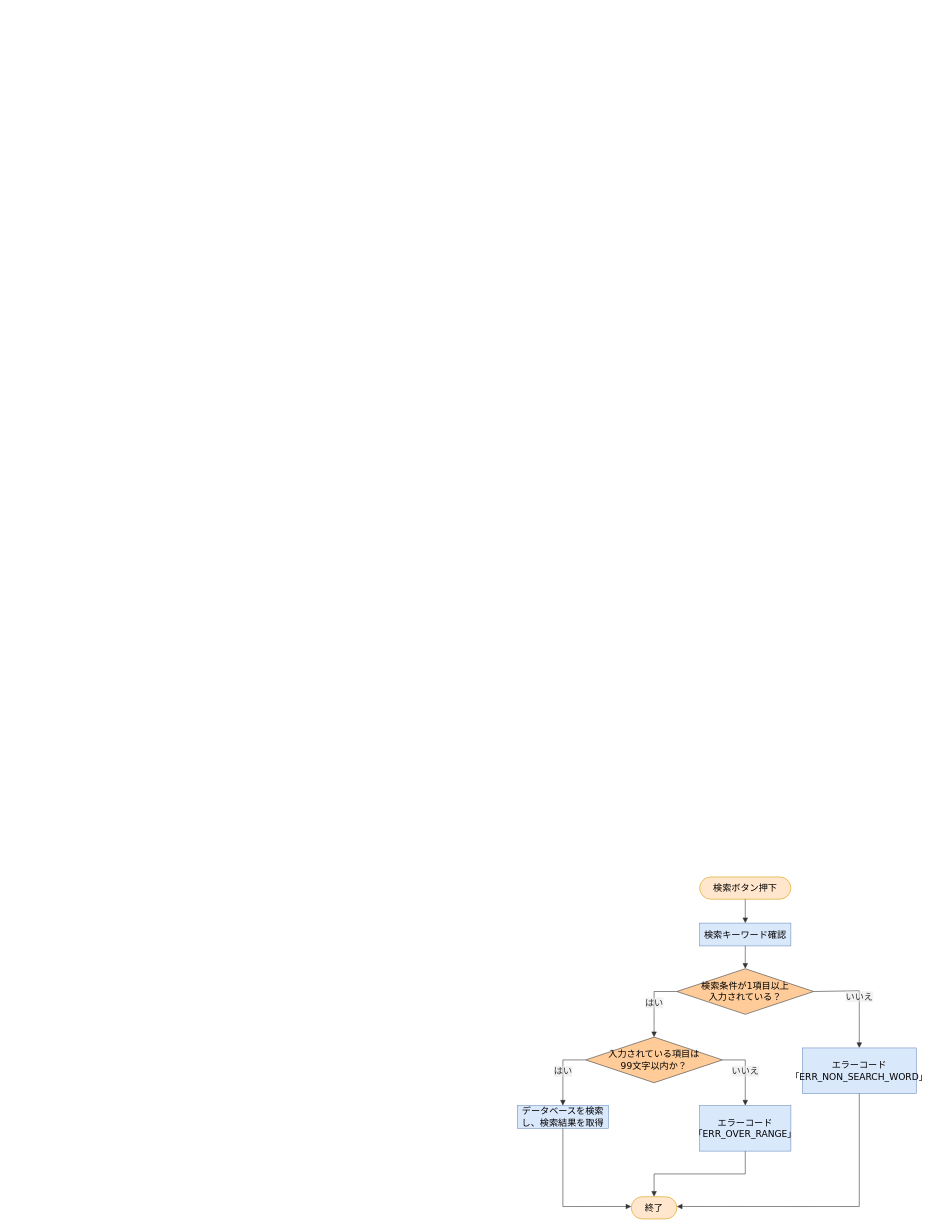
This is 詳細設計書/7班/flowchart/スタッフ退会.drawio from rs002421-creator/-, a draw.io file, before an edit. Source tidied: cells renumbered, new cells numbered last; positions are measured from the earlier drawing's top-left corner, leaving out a move shared by most shapes. Both pictures are drawn from the tidied source at 57%, with x=0, y=0 at pixel (517, 877).
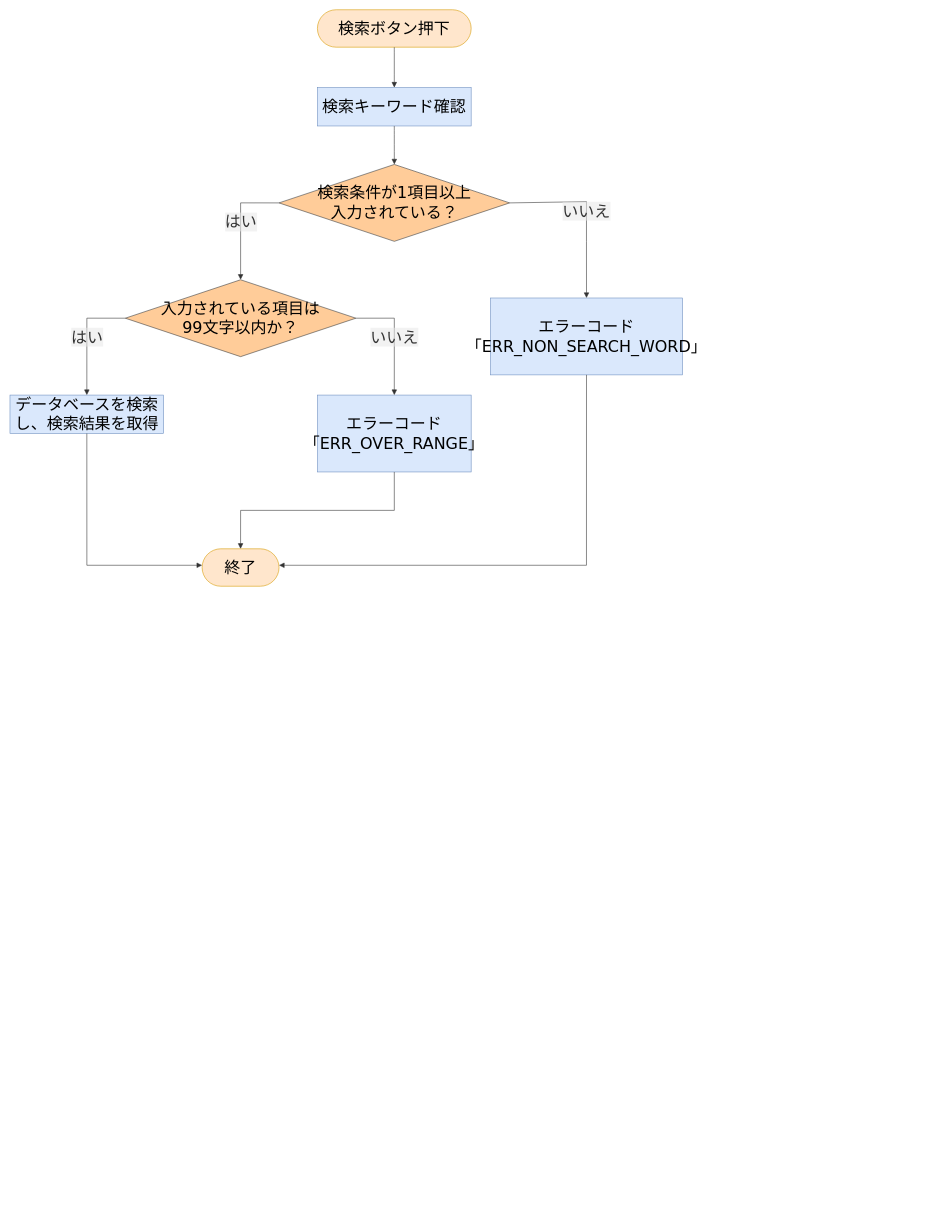
The same diagram, later.

Change to the diagram source:
```diff
@@
+    <mxCell id="19" style="group;fontSize=28;" parent="1" vertex="1">
+      <mxGeometry x="-890" y="-1521.4" width="1180" height="1011.4" as="geometry" />
+    </mxCell>
-    <mxCell id="2" value="検索ボタン押下" style="html=1;rounded=1;whiteSpace=wrap;arcSize=50;strokeWidth=1;fontFamily=Trebuchet MS,Verdana,Arial,sans-serif;fontSize=16;fillColor=#ffe6cc;strokeColor=#d79b00;" parent="1" vertex="1">
-      <mxGeometry x="320" width="160" height="39" as="geometry" />
+    <mxCell id="2" value="検索ボタン押下" style="html=1;rounded=1;whiteSpace=wrap;arcSize=50;strokeWidth=1;fontFamily=Trebuchet MS,Verdana,Arial,sans-serif;fontSize=28;fillColor=#ffe6cc;strokeColor=#d79b00;" parent="19" vertex="1">
+      <mxGeometry x="539.4" width="269.7" height="65.7" as="geometry" />
     </mxCell>
-    <mxCell id="3" value="検索キーワード確認" style="html=1;whiteSpace=wrap;strokeWidth=1;fillColor=#dae8fc;strokeColor=#6c8ebf;fontFamily=Trebuchet MS,Verdana,Arial,sans-serif;fontSize=16;" parent="1" vertex="1">
-      <mxGeometry x="320" y="81" width="160" height="40" as="geometry" />
+    <mxCell id="3" value="検索キーワード確認" style="html=1;whiteSpace=wrap;strokeWidth=1;fillColor=#dae8fc;strokeColor=#6c8ebf;fontFamily=Trebuchet MS,Verdana,Arial,sans-serif;fontSize=28;" parent="19" vertex="1">
+      <mxGeometry x="539.4" y="136.5" width="269.7" height="67.4" as="geometry" />
     </mxCell>
-    <mxCell id="4" value="検索条件が1項目以上&lt;div&gt;入力されている？&lt;/div&gt;" style="rhombus;html=1;strokeWidth=1;whiteSpace=wrap;fillColor=#ffcc99;strokeColor=#36393d;fontFamily=Trebuchet MS,Verdana,Arial,sans-serif;fontSize=16;" parent="1" vertex="1">
-      <mxGeometry x="280" y="161" width="240" height="80" as="geometry" />
+    <mxCell id="4" value="検索条件が1項目以上&lt;div&gt;入力されている？&lt;/div&gt;" style="rhombus;html=1;strokeWidth=1;whiteSpace=wrap;fillColor=#ffcc99;strokeColor=#36393d;fontFamily=Trebuchet MS,Verdana,Arial,sans-serif;fontSize=28;" parent="19" vertex="1">
+      <mxGeometry x="472" y="271.4" width="404.6" height="134.9" as="geometry" />
     </mxCell>
-    <mxCell id="5" value="入力されている項目は&lt;br&gt;99文字以内か？" style="rhombus;html=1;strokeWidth=1;whiteSpace=wrap;fillColor=#ffcc99;strokeColor=#36393d;fontFamily=Trebuchet MS,Verdana,Arial,sans-serif;fontSize=16;" parent="1" vertex="1">
-      <mxGeometry x="120" y="281" width="240" height="80" as="geometry" />
+    <mxCell id="5" value="入力されている項目は&lt;br&gt;99文字以内か？" style="rhombus;html=1;strokeWidth=1;whiteSpace=wrap;fillColor=#ffcc99;strokeColor=#36393d;fontFamily=Trebuchet MS,Verdana,Arial,sans-serif;fontSize=28;" parent="19" vertex="1">
+      <mxGeometry x="202.3" y="473.7" width="404.6" height="134.9" as="geometry" />
     </mxCell>
-    <mxCell id="6" value="エラーコード「ERR_NON_SEARCH_WORD」" style="html=1;whiteSpace=wrap;strokeWidth=1;fillColor=#dae8fc;strokeColor=#6c8ebf;fontFamily=Trebuchet MS,Verdana,Arial,sans-serif;fontSize=16;" parent="1" vertex="1">
-      <mxGeometry x="500" y="300" width="200" height="80" as="geometry" />
+    <mxCell id="6" value="エラーコード「ERR_NON_SEARCH_WORD」" style="html=1;whiteSpace=wrap;strokeWidth=1;fillColor=#dae8fc;strokeColor=#6c8ebf;fontFamily=Trebuchet MS,Verdana,Arial,sans-serif;fontSize=28;" parent="19" vertex="1">
+      <mxGeometry x="842.9" y="505.7" width="337.1" height="134.9" as="geometry" />
     </mxCell>
-    <mxCell id="7" value="データベースを検索し、検索結果を取得" style="html=1;whiteSpace=wrap;strokeWidth=1;fillColor=#dae8fc;strokeColor=#6c8ebf;fontFamily=Trebuchet MS,Verdana,Arial,sans-serif;fontSize=16;" parent="1" vertex="1">
-      <mxGeometry y="401" width="160" height="40" as="geometry" />
+    <mxCell id="7" value="データベースを検索し、検索結果を取得" style="html=1;whiteSpace=wrap;strokeWidth=1;fillColor=#dae8fc;strokeColor=#6c8ebf;fontFamily=Trebuchet MS,Verdana,Arial,sans-serif;fontSize=28;" parent="19" vertex="1">
+      <mxGeometry y="676" width="269.7" height="67.4" as="geometry" />
     </mxCell>
-    <mxCell id="8" value="エラーコード「ERR_OVER_RANGE」" style="html=1;whiteSpace=wrap;strokeWidth=1;fillColor=#dae8fc;strokeColor=#6c8ebf;fontFamily=Trebuchet MS,Verdana,Arial,sans-serif;fontSize=16;" parent="1" vertex="1">
-      <mxGeometry x="320" y="401" width="160" height="80" as="geometry" />
+    <mxCell id="8" value="エラーコード「ERR_OVER_RANGE」" style="html=1;whiteSpace=wrap;strokeWidth=1;fillColor=#dae8fc;strokeColor=#6c8ebf;fontFamily=Trebuchet MS,Verdana,Arial,sans-serif;fontSize=28;" parent="19" vertex="1">
+      <mxGeometry x="539.4" y="676" width="269.7" height="134.9" as="geometry" />
     </mxCell>
-    <mxCell id="9" value="終了" style="html=1;rounded=1;whiteSpace=wrap;arcSize=50;strokeWidth=1;fontFamily=Trebuchet MS,Verdana,Arial,sans-serif;fontSize=16;fillColor=#ffe6cc;strokeColor=#d79b00;" parent="1" vertex="1">
-      <mxGeometry x="200" y="561" width="80" height="39" as="geometry" />
+    <mxCell id="9" value="終了" style="html=1;rounded=1;whiteSpace=wrap;arcSize=50;strokeWidth=1;fontFamily=Trebuchet MS,Verdana,Arial,sans-serif;fontSize=28;fillColor=#ffe6cc;strokeColor=#d79b00;" parent="19" vertex="1">
+      <mxGeometry x="337.1" y="945.7" width="134.9" height="65.7" as="geometry" />
     </mxCell>
-    <mxCell id="10" style="curved=1;startArrow=none;endArrow=block;endSize=7;strokeColor=light-dark(#333333,#cccccc);exitX=0.5;exitY=1;entryX=0.5;entryY=0;rounded=0;" parent="1" edge="1" source="2" target="3">
+    <mxCell id="10" style="curved=1;startArrow=none;endArrow=block;endSize=7;strokeColor=light-dark(#333333,#cccccc);exitX=0.5;exitY=1;entryX=0.5;entryY=0;rounded=0;fontSize=28;" parent="19" edge="1" source="2" target="3">
       <mxGeometry relative="1" as="geometry" />
     </mxCell>
-    <mxCell id="11" style="curved=1;startArrow=none;endArrow=block;endSize=7;strokeColor=light-dark(#333333,#cccccc);exitX=0.5;exitY=1;entryX=0.5;entryY=0;rounded=0;" parent="1" edge="1" source="3" target="4">
+    <mxCell id="11" style="curved=1;startArrow=none;endArrow=block;endSize=7;strokeColor=light-dark(#333333,#cccccc);exitX=0.5;exitY=1;entryX=0.5;entryY=0;rounded=0;fontSize=28;" parent="19" edge="1" source="3" target="4">
       <mxGeometry relative="1" as="geometry" />
     </mxCell>
-    <mxCell id="12" value="はい" style="curved=0;startArrow=none;endArrow=block;endSize=7;strokeColor=light-dark(#333333,#cccccc);html=1;fontSize=16;labelBackgroundColor=light-dark(#E8E8E88D,#2a2a2a8D);fontFamily=Trebuchet MS,Verdana,Arial,sans-serif;fontColor=light-dark(#333333,#cccccc);exitX=0;exitY=0.5;entryX=0.5;entryY=0;rounded=0;exitDx=0;exitDy=0;" parent="1" edge="1" source="4" target="5">
+    <mxCell id="12" value="はい" style="curved=0;startArrow=none;endArrow=block;endSize=7;strokeColor=light-dark(#333333,#cccccc);html=1;fontSize=28;labelBackgroundColor=light-dark(#E8E8E88D,#2a2a2a8D);fontFamily=Trebuchet MS,Verdana,Arial,sans-serif;fontColor=light-dark(#333333,#cccccc);exitX=0;exitY=0.5;entryX=0.5;entryY=0;rounded=0;exitDx=0;exitDy=0;" parent="19" edge="1" source="4" target="5">
       <mxGeometry relative="1" as="geometry">
         <Array as="points">
-          <mxPoint x="240" y="201" />
+          <mxPoint x="404.6" y="338.8" />
         </Array>
       </mxGeometry>
     </mxCell>
-    <mxCell id="13" value="いいえ" style="curved=0;startArrow=none;endArrow=block;endSize=7;strokeColor=light-dark(#333333,#cccccc);html=1;fontSize=16;labelBackgroundColor=light-dark(#E8E8E88D,#2a2a2a8D);fontFamily=Trebuchet MS,Verdana,Arial,sans-serif;fontColor=light-dark(#333333,#cccccc);entryX=0.5;entryY=0;rounded=0;exitX=1;exitY=0.5;exitDx=0;exitDy=0;" parent="1" edge="1" source="4" target="6">
+    <mxCell id="13" value="いいえ" style="curved=0;startArrow=none;endArrow=block;endSize=7;strokeColor=light-dark(#333333,#cccccc);html=1;fontSize=28;labelBackgroundColor=light-dark(#E8E8E88D,#2a2a2a8D);fontFamily=Trebuchet MS,Verdana,Arial,sans-serif;fontColor=light-dark(#333333,#cccccc);entryX=0.5;entryY=0;rounded=0;exitX=1;exitY=0.5;exitDx=0;exitDy=0;" parent="19" edge="1" source="4" target="6">
       <mxGeometry relative="1" as="geometry">
         <Array as="points">
-          <mxPoint x="600" y="199.7" />
-          <mxPoint x="600" y="241" />
+          <mxPoint x="1011.4" y="336.7" />
+          <mxPoint x="1011.4" y="406.3" />
         </Array>
       </mxGeometry>
     </mxCell>
-    <mxCell id="14" value="はい" style="curved=0;startArrow=none;endArrow=block;endSize=7;strokeColor=light-dark(#333333,#cccccc);html=1;fontSize=16;labelBackgroundColor=light-dark(#E8E8E88D,#2a2a2a8D);fontFamily=Trebuchet MS,Verdana,Arial,sans-serif;fontColor=light-dark(#333333,#cccccc);exitX=0;exitY=0.5;entryX=0.5;entryY=0;rounded=0;exitDx=0;exitDy=0;" parent="1" edge="1" source="5" target="7">
+    <mxCell id="14" value="はい" style="curved=0;startArrow=none;endArrow=block;endSize=7;strokeColor=light-dark(#333333,#cccccc);html=1;fontSize=28;labelBackgroundColor=light-dark(#E8E8E88D,#2a2a2a8D);fontFamily=Trebuchet MS,Verdana,Arial,sans-serif;fontColor=light-dark(#333333,#cccccc);exitX=0;exitY=0.5;entryX=0.5;entryY=0;rounded=0;exitDx=0;exitDy=0;" parent="19" edge="1" source="5" target="7">
       <mxGeometry relative="1" as="geometry">
         <Array as="points">
-          <mxPoint x="80" y="321" />
+          <mxPoint x="134.9" y="541.1" />
         </Array>
       </mxGeometry>
     </mxCell>
-    <mxCell id="15" value="いいえ" style="curved=0;startArrow=none;endArrow=block;endSize=7;strokeColor=light-dark(#333333,#cccccc);html=1;fontSize=16;labelBackgroundColor=light-dark(#E8E8E88D,#2a2a2a8D);fontFamily=Trebuchet MS,Verdana,Arial,sans-serif;fontColor=light-dark(#333333,#cccccc);exitX=1;exitY=0.5;entryX=0.5;entryY=0;rounded=0;exitDx=0;exitDy=0;" parent="1" edge="1" source="5" target="8">
+    <mxCell id="15" value="いいえ" style="curved=0;startArrow=none;endArrow=block;endSize=7;strokeColor=light-dark(#333333,#cccccc);html=1;fontSize=28;labelBackgroundColor=light-dark(#E8E8E88D,#2a2a2a8D);fontFamily=Trebuchet MS,Verdana,Arial,sans-serif;fontColor=light-dark(#333333,#cccccc);exitX=1;exitY=0.5;entryX=0.5;entryY=0;rounded=0;exitDx=0;exitDy=0;" parent="19" edge="1" source="5" target="8">
       <mxGeometry relative="1" as="geometry">
         <Array as="points">
-          <mxPoint x="400" y="321" />
+          <mxPoint x="674.3" y="541.1" />
         </Array>
       </mxGeometry>
     </mxCell>
-    <mxCell id="16" style="curved=0;startArrow=none;endArrow=block;endSize=7;strokeColor=light-dark(#333333,#cccccc);exitX=0.5;exitY=1;entryX=0;entryY=0.44;rounded=0;" parent="1" edge="1" source="7" target="9">
+    <mxCell id="16" style="curved=0;startArrow=none;endArrow=block;endSize=7;strokeColor=light-dark(#333333,#cccccc);exitX=0.5;exitY=1;entryX=0;entryY=0.44;rounded=0;fontSize=28;" parent="19" edge="1" source="7" target="9">
       <mxGeometry relative="1" as="geometry">
         <Array as="points">
-          <mxPoint x="80" y="578.2" />
+          <mxPoint x="134.9" y="974.6" />
         </Array>
       </mxGeometry>
     </mxCell>
-    <mxCell id="17" style="curved=0;startArrow=none;endArrow=block;endSize=7;strokeColor=light-dark(#333333,#cccccc);exitX=0.5;exitY=1;entryX=1;entryY=0.44;rounded=0;" parent="1" edge="1" source="6" target="9">
+    <mxCell id="17" style="curved=0;startArrow=none;endArrow=block;endSize=7;strokeColor=light-dark(#333333,#cccccc);exitX=0.5;exitY=1;entryX=1;entryY=0.44;rounded=0;fontSize=28;" parent="19" edge="1" source="6" target="9">
       <mxGeometry relative="1" as="geometry">
         <Array as="points">
-          <mxPoint x="600" y="578.2" />
+          <mxPoint x="1011.4" y="974.6" />
         </Array>
       </mxGeometry>
     </mxCell>
-    <mxCell id="18" style="curved=0;startArrow=none;endArrow=block;endSize=7;strokeColor=light-dark(#333333,#cccccc);exitX=0.5;exitY=1;entryX=0.5;entryY=0;rounded=0;" parent="1" edge="1" source="8" target="9">
+    <mxCell id="18" style="curved=0;startArrow=none;endArrow=block;endSize=7;strokeColor=light-dark(#333333,#cccccc);exitX=0.5;exitY=1;entryX=0.5;entryY=0;rounded=0;fontSize=28;" parent="19" edge="1" source="8" target="9">
       <mxGeometry relative="1" as="geometry">
         <Array as="points">
-          <mxPoint x="400" y="521" />
-          <mxPoint x="240" y="521" />
+          <mxPoint x="674.3" y="878.3" />
+          <mxPoint x="404.6" y="878.3" />
         </Array>
       </mxGeometry>
     </mxCell>
```
